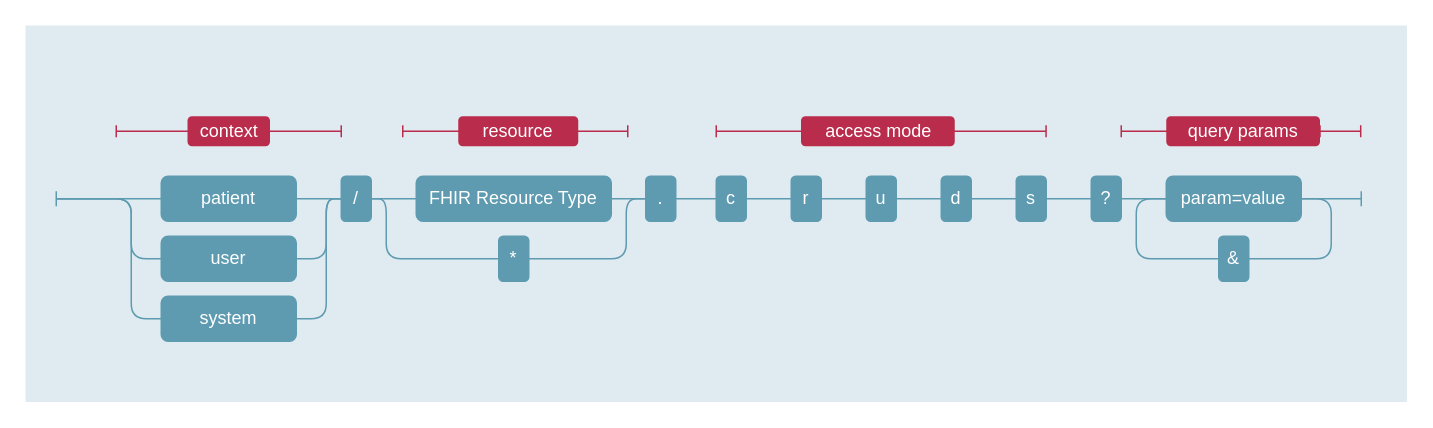
Above: input/images/smart_scopes_structure.drawio in gematik/spec-HDDT (draw.io), before the change. Source tidied: cells renumbered, new cells numbered last; positions are measured from the earlier drawing's top-left corner, leaving out a move shared by most shapes. Both pictures are drawn from the tidied source at 150%, with x=0, y=0 at pixel (26, 26).
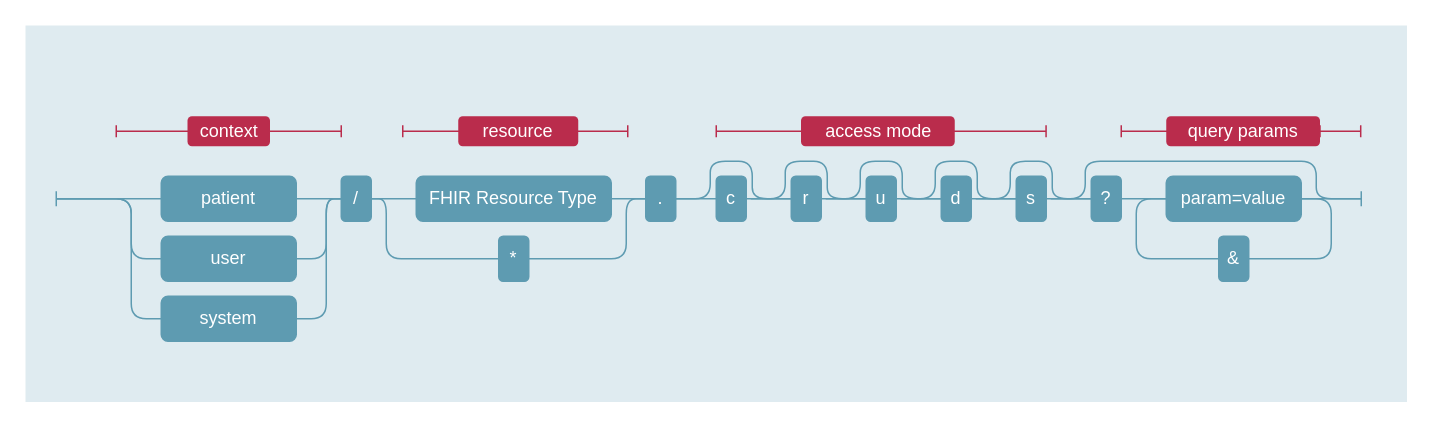
After the change.

Commit message (it also covers changes not shown here):
fix/smart-scopes/diagram-correction (#156)

Unchanged cells that the change refers to:
```xml
<mxCell id="18" value="." style="rounded=1;whiteSpace=wrap;html=1;fillColor=light-dark(#5E9BB1,#5E9BB1);strokeColor=light-dark(#5E9BB1,#5E9BB1);fontColor=#FFFFFF;" parent="1" vertex="1">
  <mxGeometry x="413" y="100" width="20" height="30" as="geometry" />
</mxCell>
```

Change to the diagram source:
```diff
@@
+    <mxCell id="49" style="edgeStyle=orthogonalEdgeStyle;rounded=1;jettySize=auto;html=1;exitX=1;exitY=0.5;exitDx=0;exitDy=0;endArrow=none;endFill=0;strokeColor=#5E9BB1;curved=0;" parent="1" edge="1" source="18">
+      <mxGeometry relative="1" as="geometry">
+        <mxPoint x="510" y="115" as="targetPoint" />
+        <Array as="points">
+          <mxPoint x="456" y="115" />
+          <mxPoint x="456" y="90" />
+          <mxPoint x="484" y="90" />
+          <mxPoint x="484" y="115" />
+        </Array>
+      </mxGeometry>
+    </mxCell>
@@
+    <mxCell id="50" style="edgeStyle=orthogonalEdgeStyle;rounded=1;orthogonalLoop=1;jettySize=auto;html=1;exitX=1;exitY=0.5;exitDx=0;exitDy=0;endArrow=none;endFill=0;strokeColor=#5E9BB1;curved=0;" parent="1" edge="1">
+      <mxGeometry relative="1" as="geometry">
+        <mxPoint x="483" y="115" as="sourcePoint" />
+        <mxPoint x="560" y="115" as="targetPoint" />
+        <Array as="points">
+          <mxPoint x="506" y="115" />
+          <mxPoint x="506" y="90" />
+          <mxPoint x="534" y="90" />
+          <mxPoint x="534" y="115" />
+        </Array>
+      </mxGeometry>
+    </mxCell>
+    <mxCell id="51" style="edgeStyle=orthogonalEdgeStyle;rounded=1;orthogonalLoop=1;jettySize=auto;html=1;exitX=1;exitY=0.5;exitDx=0;exitDy=0;endArrow=none;endFill=0;strokeColor=#5E9BB1;curved=0;" parent="1" edge="1">
+      <mxGeometry relative="1" as="geometry">
+        <mxPoint x="533" y="115" as="sourcePoint" />
+        <mxPoint x="610" y="115" as="targetPoint" />
+        <Array as="points">
+          <mxPoint x="556" y="115" />
+          <mxPoint x="556" y="90" />
+          <mxPoint x="584" y="90" />
+          <mxPoint x="584" y="115" />
+        </Array>
+      </mxGeometry>
+    </mxCell>
+    <mxCell id="52" style="edgeStyle=orthogonalEdgeStyle;rounded=1;orthogonalLoop=1;jettySize=auto;html=1;exitX=1;exitY=0.5;exitDx=0;exitDy=0;endArrow=none;endFill=0;strokeColor=#5E9BB1;curved=0;" parent="1" edge="1">
+      <mxGeometry relative="1" as="geometry">
+        <mxPoint x="583" y="115" as="sourcePoint" />
+        <mxPoint x="660" y="115" as="targetPoint" />
+        <Array as="points">
+          <mxPoint x="606" y="115" />
+          <mxPoint x="606" y="90" />
+          <mxPoint x="634" y="90" />
+          <mxPoint x="634" y="115" />
+        </Array>
+      </mxGeometry>
+    </mxCell>
+    <mxCell id="53" style="edgeStyle=orthogonalEdgeStyle;rounded=1;orthogonalLoop=1;jettySize=auto;html=1;exitX=1;exitY=0.5;exitDx=0;exitDy=0;endArrow=none;endFill=0;strokeColor=#5E9BB1;curved=0;" parent="1" edge="1">
+      <mxGeometry relative="1" as="geometry">
+        <mxPoint x="633" y="115" as="sourcePoint" />
+        <mxPoint x="710" y="115" as="targetPoint" />
+        <Array as="points">
+          <mxPoint x="656" y="115" />
+          <mxPoint x="656" y="90" />
+          <mxPoint x="684" y="90" />
+          <mxPoint x="684" y="115" />
+        </Array>
+      </mxGeometry>
+    </mxCell>
+    <mxCell id="54" style="edgeStyle=orthogonalEdgeStyle;rounded=1;orthogonalLoop=1;jettySize=auto;html=1;exitX=1;exitY=0.5;exitDx=0;exitDy=0;endArrow=none;endFill=0;strokeColor=#5E9BB1;curved=0;" parent="1" edge="1">
+      <mxGeometry relative="1" as="geometry">
+        <mxPoint x="683" y="115" as="sourcePoint" />
+        <mxPoint x="890" y="115" as="targetPoint" />
+        <Array as="points">
+          <mxPoint x="706" y="115" />
+          <mxPoint x="706" y="90" />
+          <mxPoint x="860" y="90" />
+          <mxPoint x="860" y="115" />
+        </Array>
+      </mxGeometry>
+    </mxCell>
```
